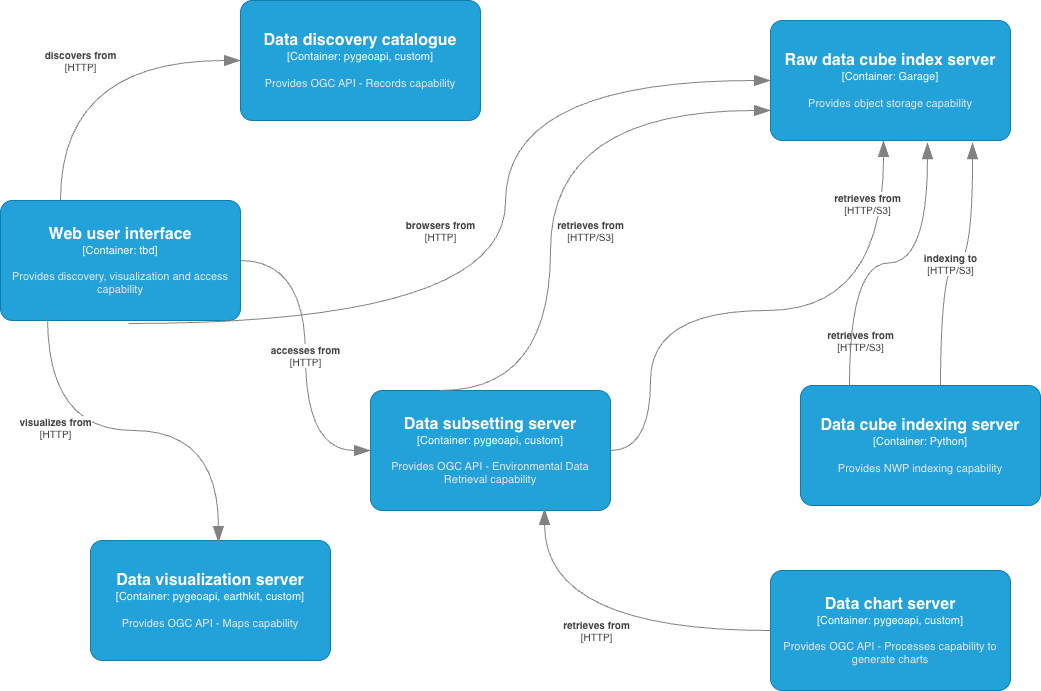
This is docs/architecture/c4.component.png from wmo-im/metdx-demo, a draw.io export, as it was before one commit. Source tidied: cells renumbered, new cells last; positions are measured from the earlier drawing's top-left corner, leaving out a move shared by most shapes.
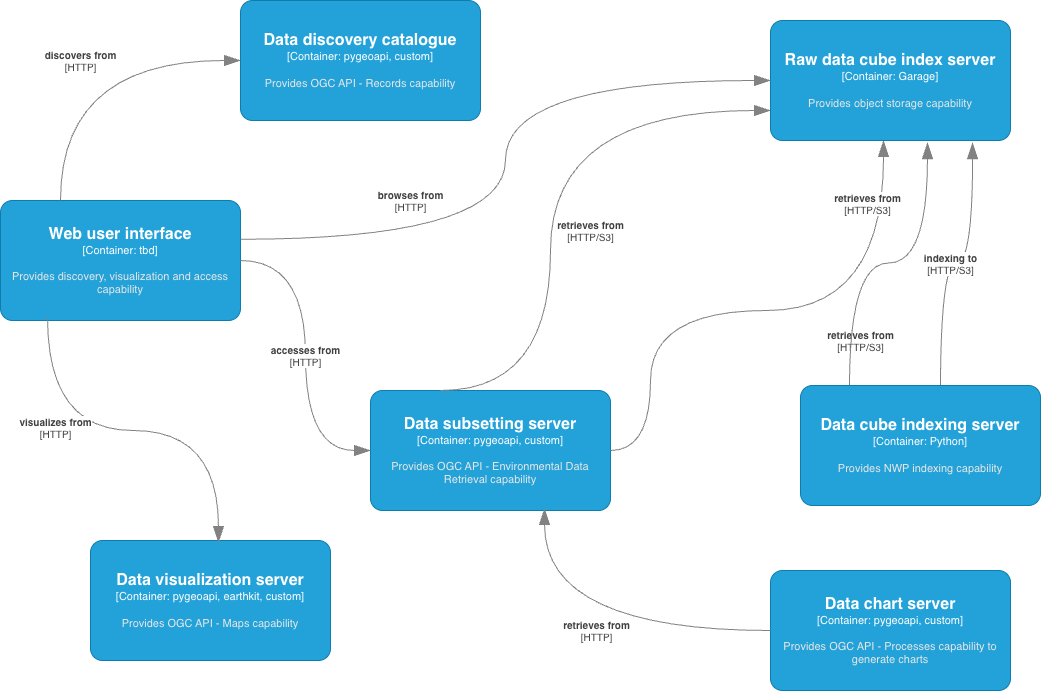
After the change.

The edit, as a diff of the source:
```diff
@@ -83,9 +83,9 @@
         <mxGeometry x="-0.39" y="3" relative="1" as="geometry" />
       </mxCell>
     </object>
-    <object id="16" label="&lt;div style=&quot;text-align: left&quot;&gt;&lt;div style=&quot;text-align: center&quot;&gt;&lt;b&gt;%c4Description%&lt;/b&gt;&lt;/div&gt;&lt;div style=&quot;text-align: center&quot;&gt;[%c4Technology%]&lt;/div&gt;&lt;/div&gt;" c4Description="browsers from" c4Technology="HTTP" c4Type="Relationship" placeholders="1">
-      <mxCell style="endArrow=blockThin;html=1;fontSize=10;fontColor=#404040;strokeWidth=1;endFill=1;strokeColor=#828282;elbow=vertical;endSize=14;startSize=14;jumpStyle=arc;jumpSize=16;rounded=0;edgeStyle=orthogonalEdgeStyle;exitX=0.533;exitY=1.025;exitDx=0;exitDy=0;exitPerimeter=0;entryX=0;entryY=0.5;entryDx=0;entryDy=0;entryPerimeter=0;curved=1;" parent="1" edge="1" source="3" target="17">
-        <mxGeometry x="0.06" y="65" relative="1" as="geometry" />
+    <object id="16" label="&lt;div style=&quot;text-align: left&quot;&gt;&lt;div style=&quot;text-align: center&quot;&gt;&lt;b&gt;%c4Description%&lt;/b&gt;&lt;/div&gt;&lt;div style=&quot;text-align: center&quot;&gt;[%c4Technology%]&lt;/div&gt;&lt;/div&gt;" c4Description="browses from" c4Technology="HTTP" c4Type="Relationship" placeholders="1">
+      <mxCell style="endArrow=blockThin;html=1;fontSize=10;fontColor=#404040;strokeWidth=1;endFill=1;strokeColor=#828282;elbow=vertical;endSize=14;startSize=14;jumpStyle=arc;jumpSize=16;rounded=0;edgeStyle=orthogonalEdgeStyle;exitX=1.001;exitY=0.323;exitDx=0;exitDy=0;exitPerimeter=0;entryX=0;entryY=0.5;entryDx=0;entryDy=0;entryPerimeter=0;curved=1;" parent="1" edge="1" source="3" target="17">
+        <mxGeometry x="-0.51" y="39" relative="1" as="geometry" />
       </mxCell>
     </object>
     <object id="17" label="&lt;font style=&quot;font-size: 16px&quot;&gt;&lt;b&gt;%c4Name%&lt;/b&gt;&lt;/font&gt;&lt;div&gt;[%c4Type%: %c4Technology%]&lt;/div&gt;&lt;br&gt;&lt;div&gt;&lt;font style=&quot;font-size: 11px&quot;&gt;&lt;font color=&quot;#E6E6E6&quot;&gt;%c4Description%&lt;/font&gt;&lt;/div&gt;" c4Description="Provides object storage capability" c4Name="Raw data cube index server" c4Technology="Garage" c4Type="Container" placeholders="1">
```
